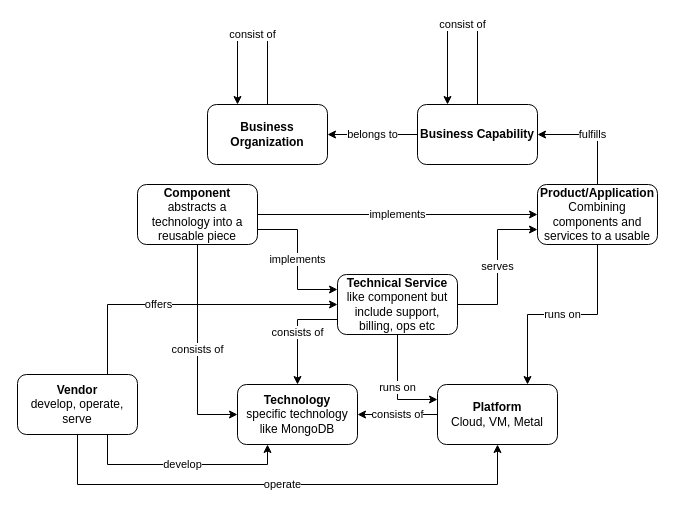
The draw.io diagram docs/img/Reference_Model.drawio in cloud-native-eam/alexandria, before the edit. Source tidied: cells renumbered, new cells numbered last; positions are measured from the earlier drawing's top-left corner, leaving out a move shared by most shapes. Both pictures are drawn from the tidied source at 100%, with x=0, y=0 at pixel (17, 24).
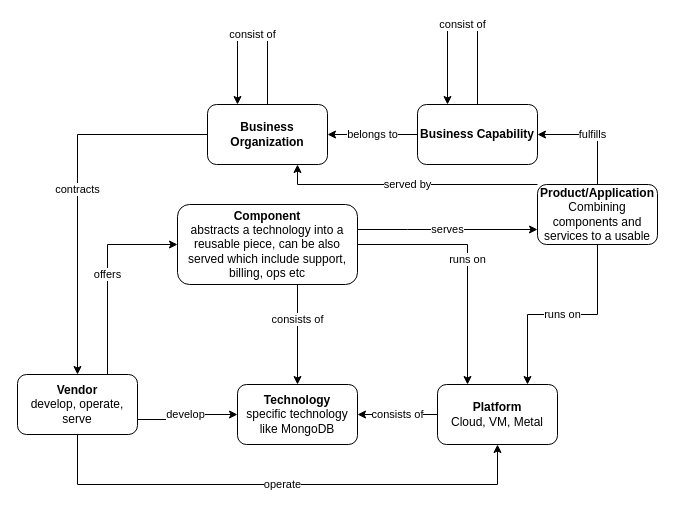
The same page after the edit.

Commit message (it also covers changes not shown here):
update reference model

The change refers to these unchanged cells:
```xml
<mxCell id="2" value="&lt;b&gt;Technology&lt;br&gt;&lt;/b&gt;specific technology like MongoDB" style="rounded=1;whiteSpace=wrap;html=1;" parent="1" vertex="1">
  <mxGeometry x="220" y="360" width="120" height="60" as="geometry" />
</mxCell>
<mxCell id="13" value="&lt;b&gt;Product/Application&lt;br&gt;&lt;/b&gt;Combining components and services to a usable" style="rounded=1;whiteSpace=wrap;html=1;" parent="1" vertex="1">
  <mxGeometry x="520" y="160" width="120" height="60" as="geometry" />
</mxCell>
<mxCell id="15" value="&lt;b&gt;Platform&lt;br&gt;&lt;/b&gt;Cloud, VM, Metal" style="rounded=1;whiteSpace=wrap;html=1;" parent="1" vertex="1">
  <mxGeometry x="420" y="360" width="120" height="60" as="geometry" />
</mxCell>
<mxCell id="20" value="&lt;b&gt;Business Organization&lt;/b&gt;" style="rounded=1;whiteSpace=wrap;html=1;" parent="1" vertex="1">
  <mxGeometry x="190" y="80" width="120" height="60" as="geometry" />
</mxCell>
<mxCell id="24" value="&lt;b&gt;Vendor&lt;br&gt;&lt;/b&gt;develop, operate, serve" style="rounded=1;whiteSpace=wrap;html=1;" parent="1" vertex="1">
  <mxGeometry y="350" width="120" height="60" as="geometry" />
</mxCell>
```

Change to the diagram source:
```diff
@@
-    <mxCell id="3" value="consists of" style="edgeStyle=orthogonalEdgeStyle;rounded=0;jettySize=auto;html=1;entryX=0;entryY=0.5;entryDx=0;entryDy=0;" parent="1" edge="1" source="6" target="2">
-      <mxGeometry relative="1" as="geometry" />
-    </mxCell>
-    <mxCell id="4" value="implements" style="edgeStyle=orthogonalEdgeStyle;rounded=0;jettySize=auto;html=1;entryX=0;entryY=0.5;entryDx=0;entryDy=0;" parent="1" edge="1" source="6" target="13">
-      <mxGeometry relative="1" as="geometry" />
-    </mxCell>
-    <mxCell id="5" value="implements" style="edgeStyle=orthogonalEdgeStyle;rounded=0;jettySize=auto;html=1;entryX=0;entryY=0.25;entryDx=0;entryDy=0;exitX=1;exitY=0.75;exitDx=0;exitDy=0;" parent="1" edge="1" source="6" target="10">
-      <mxGeometry relative="1" as="geometry" />
-    </mxCell>
-    <mxCell id="6" value="&lt;b&gt;Component&lt;br&gt;&lt;/b&gt;abstracts a technology into a reusable piece" style="rounded=1;whiteSpace=wrap;html=1;" parent="1" vertex="1">
-      <mxGeometry x="120" y="160" width="120" height="60" as="geometry" />
-    </mxCell>
-    <mxCell id="7" value="consists of" style="edgeStyle=orthogonalEdgeStyle;rounded=0;jettySize=auto;html=1;exitX=0;exitY=0.75;exitDx=0;exitDy=0;" parent="1" edge="1" source="10" target="2">
-      <mxGeometry relative="1" as="geometry" />
+    <mxCell id="7" value="consists of" style="edgeStyle=orthogonalEdgeStyle;rounded=0;jettySize=auto;html=1;exitX=0.5;exitY=1;exitDx=0;exitDy=0;" parent="1" edge="1" source="10" target="2">
+      <mxGeometry relative="1" as="geometry">
+        <Array as="points">
+          <mxPoint x="280" y="260" />
+        </Array>
+      </mxGeometry>
     </mxCell>
     <mxCell id="8" value="serves" style="edgeStyle=orthogonalEdgeStyle;rounded=0;jettySize=auto;html=1;entryX=0;entryY=0.75;entryDx=0;entryDy=0;" parent="1" edge="1" source="10" target="13">
-      <mxGeometry relative="1" as="geometry" />
+      <mxGeometry relative="1" as="geometry">
+        <Array as="points">
+          <mxPoint x="390" y="205" />
+          <mxPoint x="390" y="205" />
+        </Array>
+      </mxGeometry>
     </mxCell>
-    <mxCell id="9" value="runs on" style="edgeStyle=orthogonalEdgeStyle;rounded=0;jettySize=auto;html=1;entryX=0;entryY=0.25;entryDx=0;entryDy=0;" parent="1" edge="1" source="10" target="15">
-      <mxGeometry relative="1" as="geometry" />
+    <mxCell id="9" value="runs on" style="edgeStyle=orthogonalEdgeStyle;rounded=0;jettySize=auto;html=1;entryX=0.25;entryY=0;entryDx=0;entryDy=0;" parent="1" edge="1" source="10" target="15">
+      <mxGeometry relative="1" as="geometry">
+        <Array as="points">
+          <mxPoint x="450" y="220" />
+        </Array>
+      </mxGeometry>
     </mxCell>
-    <mxCell id="10" value="&lt;b&gt;Technical Service&lt;br&gt;&lt;/b&gt;like component but include support, billing, ops etc" style="rounded=1;whiteSpace=wrap;html=1;" parent="1" vertex="1">
-      <mxGeometry x="320" y="250" width="120" height="60" as="geometry" />
+    <mxCell id="10" value="&lt;b&gt;Component&lt;br&gt;&lt;/b&gt;abstracts a technology into a reusable piece, can be also served which include support, billing, ops etc" style="rounded=1;whiteSpace=wrap;html=1;" parent="1" vertex="1">
+      <mxGeometry x="160" y="180" width="180" height="80" as="geometry" />
     </mxCell>
@@
+    <mxCell id="25" value="served by" style="edgeStyle=orthogonalEdgeStyle;rounded=0;jettySize=auto;html=1;entryX=0.75;entryY=1;entryDx=0;entryDy=0;" parent="1" edge="1" source="13" target="20">
+      <mxGeometry relative="1" as="geometry">
+        <Array as="points">
+          <mxPoint x="280" y="160" />
+        </Array>
+      </mxGeometry>
+    </mxCell>
@@
+    <mxCell id="26" value="contracts" style="edgeStyle=orthogonalEdgeStyle;rounded=0;jettySize=auto;html=1;" parent="1" edge="1" source="20" target="24">
+      <mxGeometry relative="1" as="geometry" />
+    </mxCell>
@@
     <mxCell id="21" value="offers" style="edgeStyle=orthogonalEdgeStyle;rounded=0;jettySize=auto;html=1;entryX=0;entryY=0.5;entryDx=0;entryDy=0;" parent="1" edge="1" source="24" target="10">
-      <mxGeometry x="-0.53" y="-50" relative="1" as="geometry">
+      <mxGeometry relative="1" as="geometry">
         <Array as="points">
-          <mxPoint x="90" y="280" />
+          <mxPoint x="90" y="220" />
         </Array>
-        <mxPoint x="50" y="-50" as="offset" />
       </mxGeometry>
     </mxCell>
-    <mxCell id="22" value="develop" style="edgeStyle=orthogonalEdgeStyle;rounded=0;jettySize=auto;html=1;entryX=0.25;entryY=1;entryDx=0;entryDy=0;" parent="1" edge="1" source="24" target="2">
+    <mxCell id="22" value="develop" style="edgeStyle=orthogonalEdgeStyle;rounded=0;jettySize=auto;html=1;entryX=0;entryY=0.5;entryDx=0;entryDy=0;exitX=1;exitY=0.75;exitDx=0;exitDy=0;" parent="1" edge="1" source="24" target="2">
       <mxGeometry relative="1" as="geometry">
         <Array as="points">
-          <mxPoint x="90" y="440" />
-          <mxPoint x="250" y="440" />
+          <mxPoint x="160" y="395" />
+          <mxPoint x="160" y="390" />
         </Array>
       </mxGeometry>
     </mxCell>
```
